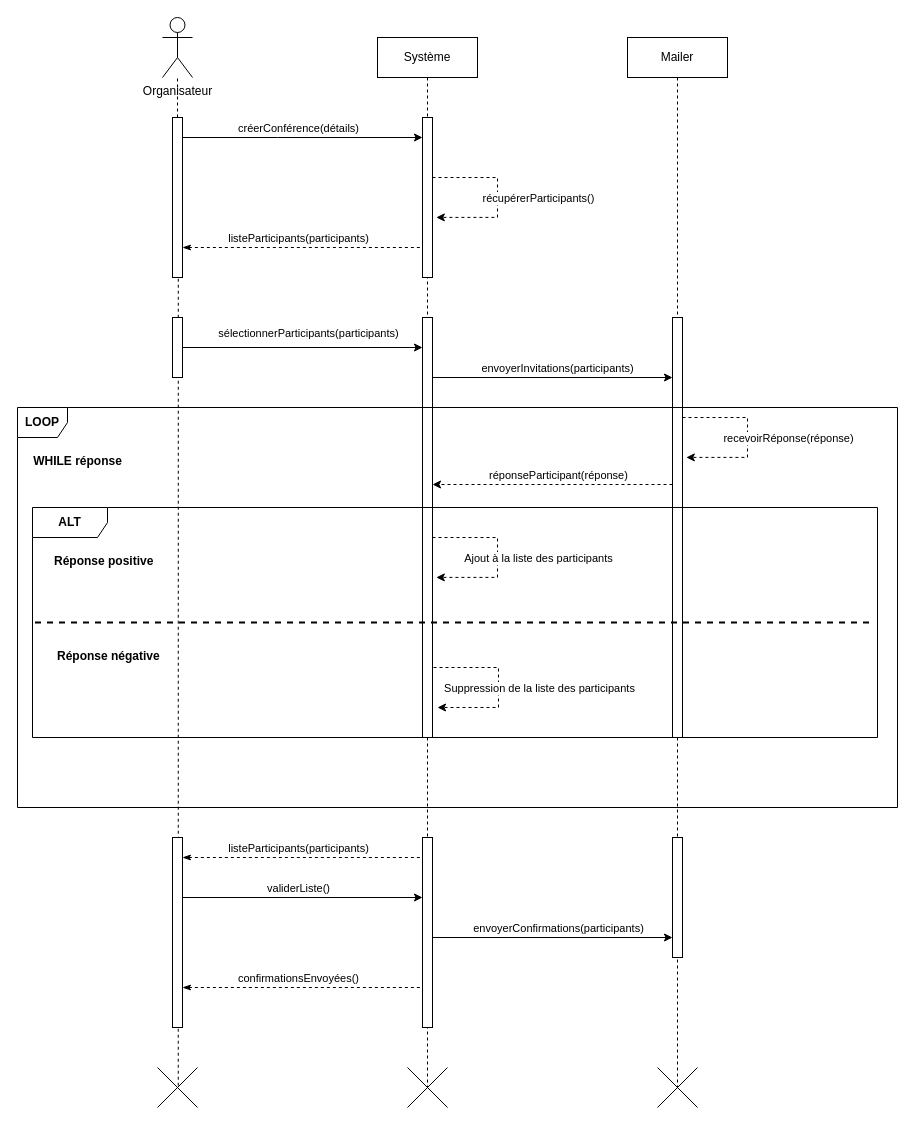
Above: UML/Exercices/Correction/04b - Diagramme de Séquence - Diagramme.drawio in nicolasvauchenet/cours_methodologie_1 (draw.io), before the change. Source tidied: cells renumbered, new cells numbered last; positions are measured from the earlier drawing's top-left corner, leaving out a move shared by most shapes. Both pictures are drawn from the tidied source at 100%, with x=0, y=0 at pixel (17, 17).
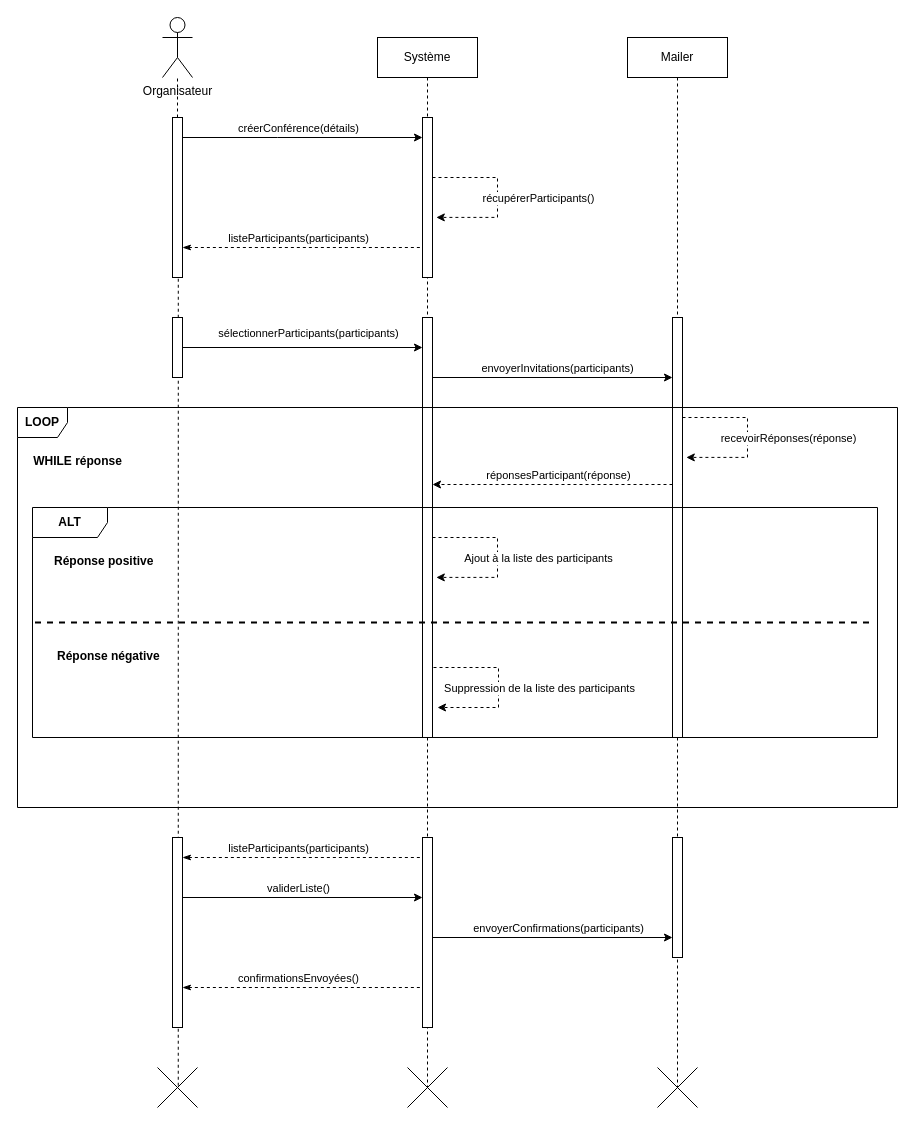
The same page after the edit.

Commit message (it also covers changes not shown here):
Fix Exercice 4b - Séquence

Unchanged cells that the change refers to:
```xml
<mxCell id="24" style="edgeStyle=orthogonalEdgeStyle;rounded=0;orthogonalLoop=1;jettySize=auto;html=1;curved=0;dashed=1;" parent="1" edge="1">
  <mxGeometry relative="1" as="geometry">
    <mxPoint x="655" y="467" as="sourcePoint" />
    <mxPoint x="415" y="467" as="targetPoint" />
  </mxGeometry>
</mxCell>
<mxCell id="33" style="edgeStyle=orthogonalEdgeStyle;rounded=0;orthogonalLoop=1;jettySize=auto;html=1;curved=0;entryX=1.376;entryY=0.595;entryDx=0;entryDy=0;entryPerimeter=0;dashed=1;" parent="26" edge="1">
  <mxGeometry relative="1" as="geometry">
    <mxPoint x="665" y="10" as="sourcePoint" />
    <mxPoint x="668.8" y="49.9" as="targetPoint" />
    <Array as="points">
      <mxPoint x="730" y="10" />
    </Array>
  </mxGeometry>
</mxCell>
```

What changed in the source:
```diff
@@
-    <mxCell id="25" value="réponseParticipant(réponse)" style="edgeLabel;html=1;align=center;verticalAlign=middle;" parent="24" vertex="1">
+    <mxCell id="25" value="réponsesParticipant(réponse)" style="edgeLabel;html=1;align=center;verticalAlign=middle;" parent="24" vertex="1">
       <mxGeometry x="-0.11" y="-3" relative="1" as="geometry">
         <mxPoint x="-8" y="-7" as="offset" />
       </mxGeometry>
     </mxCell>
@@
-    <mxCell id="34" value="recevoirRéponse(réponse)" style="edgeLabel;html=1;align=center;verticalAlign=middle;" parent="33" vertex="1">
+    <mxCell id="34" value="recevoirRéponses(réponse)" style="edgeLabel;html=1;align=center;verticalAlign=middle;" parent="33" vertex="1">
       <mxGeometry x="0.16" y="-1" relative="1" as="geometry">
         <mxPoint x="41" y="-11" as="offset" />
       </mxGeometry>
     </mxCell>
```
